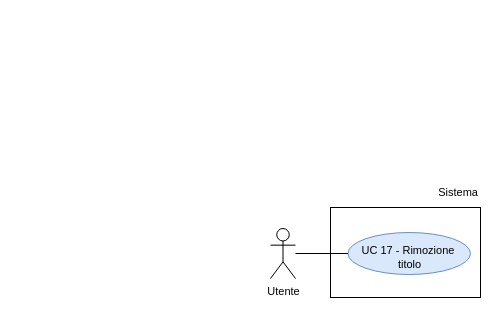
Earlier version of the draw.io diagram RTB/doc_esterna/analisi-dei-requisiti/assets/draw.io/UC17.drawio (thebitless-group-swe/thebitless.github.io). Source tidied: cells renumbered, new cells numbered last; positions are measured from the earlier drawing's top-left corner, leaving out a move shared by most shapes. Both pictures are drawn from the tidied source at 100%, with x=0, y=0 at pixel (270, 177).
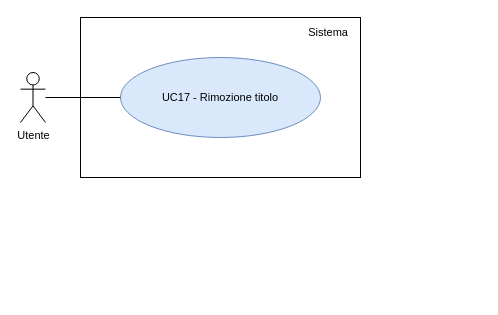
The same page after the edit.

What changed in the source:
```diff
@@
 <mxGraphModel>
   <root>
     <mxCell id="0" />
     <mxCell id="1" parent="0" />
     <mxCell id="2" value="Utente" style="shape=umlActor;verticalLabelPosition=bottom;verticalAlign=top;html=1;outlineConnect=0;fontSize=11;" parent="1" vertex="1">
-      <mxGeometry y="51" width="25" height="50" as="geometry" />
+      <mxGeometry x="-250" y="-105" width="25" height="50" as="geometry" />
     </mxCell>
-    <mxCell id="3" style="rounded=0;whiteSpace=wrap;html=1;strokeWidth=1;" parent="1" vertex="1">
-      <mxGeometry x="60" y="30" width="150" height="90" as="geometry" />
-    </mxCell>
+    <mxCell id="8" style="rounded=0;whiteSpace=wrap;html=1;strokeWidth=1;" parent="1" vertex="1">
+      <mxGeometry x="-190" y="-160" width="280" height="160" as="geometry" />
+    </mxCell>
     <mxCell id="4" value="Sistema" style="text;html=1;whiteSpace=wrap;strokeColor=none;fillColor=none;align=right;verticalAlign=middle;fontSize=11;" parent="1" vertex="1">
-      <mxGeometry x="150" width="60" height="30" as="geometry" />
+      <mxGeometry x="10" y="-155" width="70" height="20" as="geometry" />
     </mxCell>
-    <mxCell id="5" value="&lt;div&gt;UC 17 - Rimozione&amp;nbsp; titolo&lt;/div&gt;" style="ellipse;whiteSpace=wrap;html=1;fillColor=#dae8fc;strokeColor=#6c8ebf;fontSize=11;convertToSvg=1;svgWhiteSpace=wrap;labelBorderColor=none;labelBackgroundColor=none;spacingBottom=-8;" parent="1" vertex="1">
-      <mxGeometry x="77.5" y="55" width="122.5" height="42" as="geometry" />
-    </mxCell>
-    <mxCell id="6" style="edgeStyle=none;rounded=0;jettySize=auto;html=1;endArrow=none;endFill=0;" parent="1" edge="1" source="2" target="5">
-      <mxGeometry relative="1" as="geometry" />
-    </mxCell>
-    <mxCell id="7" style="edgeStyle=orthogonalEdgeStyle;rounded=0;orthogonalLoop=1;jettySize=auto;html=1;exitX=0.5;exitY=1;exitDx=0;exitDy=0;" parent="1" edge="1" source="4" target="4">
-      <mxGeometry relative="1" as="geometry" />
-    </mxCell>
+    <mxCell id="9" value="UC17 - Rimozione titolo" style="ellipse;whiteSpace=wrap;html=1;fillColor=#dae8fc;strokeColor=#6c8ebf;fontSize=11;" parent="1" vertex="1">
+      <mxGeometry x="-150" y="-120" width="200" height="80" as="geometry" />
+    </mxCell>
+    <mxCell id="10" style="edgeStyle=none;rounded=0;jettySize=auto;html=1;endArrow=none;endFill=0;" parent="1" edge="1" source="2" target="9">
+      <mxGeometry relative="1" as="geometry" />
+    </mxCell>
   </root>
 </mxGraphModel>
```
